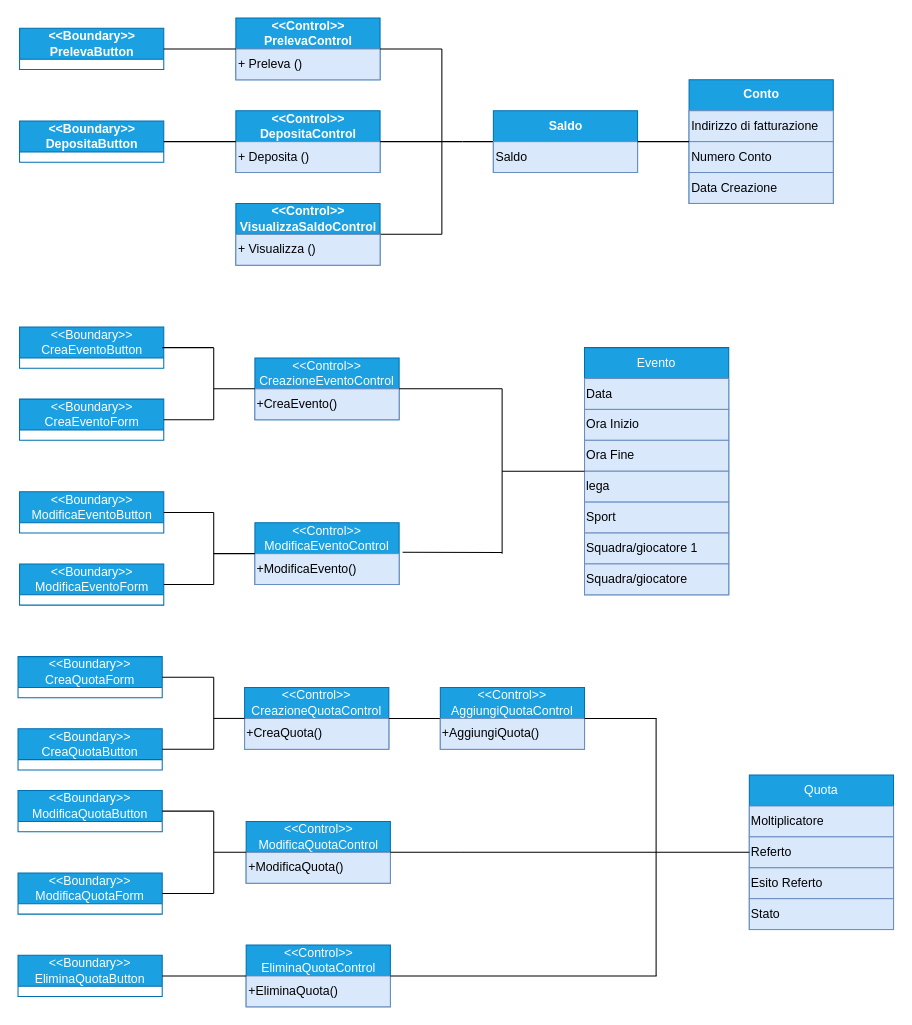
RaffyManzo/ISProject keeps this draw.io diagram as page "saldo" (1 of 8) of DiagrammaSaldo.drawio. Above is the earlier version. Source tidied: cells renumbered, new cells numbered last; positions are measured from the earlier drawing's top-left corner, leaving out a move shared by most shapes. Both pictures are drawn from the tidied source at 103%, with x=0, y=0 at pixel (18, 18).
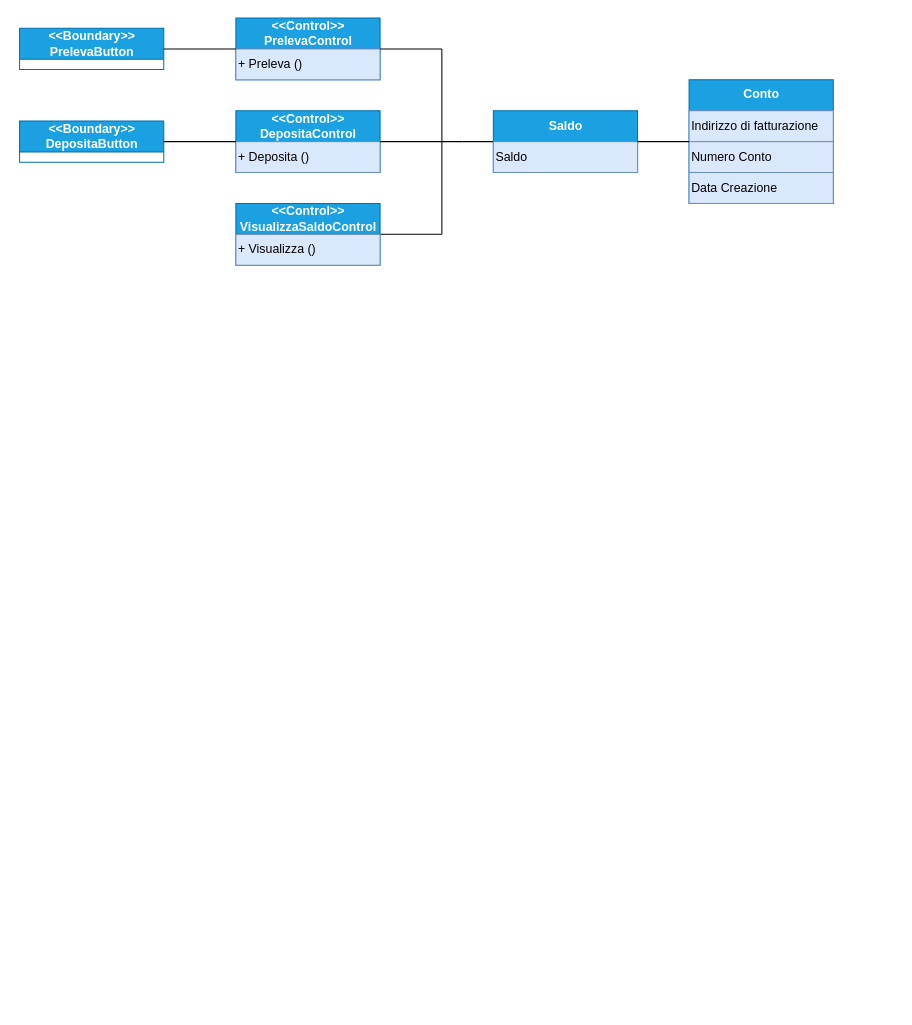
The same page after the edit.

What changed in the source:
```diff
@@
-    <mxCell id="25" value="&amp;lt;&amp;lt;Boundary&amp;gt;&amp;gt;&lt;div style=&quot;font-size: 12px;&quot;&gt;CreaEventoButton&lt;/div&gt;" style="swimlane;fontStyle=0;horizontal=1;startSize=30;whiteSpace=wrap;html=1;fontSize=12;verticalAlign=middle;fillColor=#1ba1e2;strokeColor=#006EAF;fillStyle=auto;fontColor=#ffffff;fontFamily=Century Gothic;" parent="1" vertex="1">
-      <mxGeometry x="1.5" y="300" width="140" height="40" as="geometry" />
-    </mxCell>
-    <mxCell id="26" value="&amp;lt;&amp;lt;Boundary&amp;gt;&amp;gt;&lt;div style=&quot;font-size: 12px;&quot;&gt;ModificaEventoButton&lt;/div&gt;" style="swimlane;fontStyle=0;horizontal=1;startSize=30;whiteSpace=wrap;html=1;fontSize=12;verticalAlign=middle;fillColor=#1ba1e2;strokeColor=#006EAF;fillStyle=auto;fontColor=#ffffff;fontFamily=Century Gothic;" parent="1" vertex="1">
-      <mxGeometry x="1.5" y="460" width="140" height="40" as="geometry" />
-    </mxCell>
-    <mxCell id="27" value="&amp;lt;&amp;lt;Boundary&amp;gt;&amp;gt;&lt;div style=&quot;font-size: 12px;&quot;&gt;CreaQuotaForm&lt;/div&gt;" style="swimlane;fontStyle=0;horizontal=1;startSize=30;whiteSpace=wrap;html=1;fontSize=12;verticalAlign=middle;fillColor=#1ba1e2;strokeColor=#006EAF;fillStyle=auto;fontColor=#ffffff;fontFamily=Century Gothic;" parent="1" vertex="1">
-      <mxGeometry y="620" width="140" height="40" as="geometry" />
-    </mxCell>
-    <mxCell id="28" value="&amp;lt;&amp;lt;Boundary&amp;gt;&amp;gt;&lt;div style=&quot;font-size: 12px;&quot;&gt;CreaEventoForm&lt;/div&gt;" style="swimlane;fontStyle=0;horizontal=1;startSize=30;whiteSpace=wrap;html=1;fontSize=12;verticalAlign=middle;fillColor=#1ba1e2;strokeColor=#006EAF;fillStyle=auto;fontColor=#ffffff;fontFamily=Century Gothic;" parent="1" vertex="1">
-      <mxGeometry x="1.5" y="370" width="140" height="40" as="geometry" />
-    </mxCell>
-    <mxCell id="29" value="&amp;lt;&amp;lt;Boundary&amp;gt;&amp;gt;&lt;div style=&quot;font-size: 12px;&quot;&gt;ModificaEventoForm&lt;/div&gt;" style="swimlane;fontStyle=0;horizontal=1;startSize=30;whiteSpace=wrap;html=1;fontSize=12;verticalAlign=middle;fillColor=#1ba1e2;strokeColor=#006EAF;fillStyle=auto;fontColor=#ffffff;fontFamily=Century Gothic;" parent="1" vertex="1">
-      <mxGeometry x="1.5" y="530" width="140" height="40" as="geometry" />
-    </mxCell>
-    <mxCell id="30" style="endArrow=none;html=1;rounded=0;fontFamily=Century Gothic;fontSize=12;" parent="29" edge="1">
-      <mxGeometry relative="1" as="geometry">
-        <mxPoint x="188.5" y="20" as="sourcePoint" />
-        <mxPoint x="188.5" y="-50" as="targetPoint" />
-        <Array as="points">
-          <mxPoint x="188.5" y="-10" />
-        </Array>
-      </mxGeometry>
-    </mxCell>
-    <mxCell id="31" value="&amp;lt;&amp;lt;Control&amp;gt;&amp;gt;&lt;div style=&quot;font-size: 12px;&quot;&gt;CreazioneEventoControl&lt;/div&gt;" style="swimlane;fontStyle=0;horizontal=1;startSize=30;whiteSpace=wrap;html=1;fontSize=12;verticalAlign=middle;fillColor=#1ba1e2;strokeColor=#006EAF;fontColor=#ffffff;fontFamily=Century Gothic;" parent="1" vertex="1">
-      <mxGeometry x="230" y="330" width="140" height="60" as="geometry" />
-    </mxCell>
-    <mxCell id="32" value="+CreaEvento()" style="text;html=1;align=left;verticalAlign=middle;whiteSpace=wrap;rounded=0;fillColor=#dae8fc;strokeColor=#6c8ebf;fontFamily=Century Gothic;fontSize=12;" parent="31" vertex="1">
-      <mxGeometry y="30" width="140" height="30" as="geometry" />
-    </mxCell>
-    <mxCell id="33" value="&amp;lt;&amp;lt;Control&amp;gt;&amp;gt;&lt;div style=&quot;font-size: 12px;&quot;&gt;ModificaEventoControl&lt;/div&gt;" style="swimlane;fontStyle=0;horizontal=1;startSize=30;whiteSpace=wrap;html=1;fontSize=12;verticalAlign=middle;fillColor=#1ba1e2;strokeColor=#006EAF;fontColor=#ffffff;fontFamily=Century Gothic;" parent="1" vertex="1">
-      <mxGeometry x="230" y="490" width="140" height="60" as="geometry" />
-    </mxCell>
-    <mxCell id="34" value="+ModificaEvento()" style="text;html=1;align=left;verticalAlign=middle;whiteSpace=wrap;rounded=0;fillColor=#dae8fc;strokeColor=#6c8ebf;fontFamily=Century Gothic;fontSize=12;" parent="33" vertex="1">
-      <mxGeometry y="30" width="140" height="30" as="geometry" />
-    </mxCell>
-    <mxCell id="35" style="endArrow=none;html=1;rounded=0;fontFamily=Century Gothic;fontSize=12;" parent="1" edge="1">
-      <mxGeometry relative="1" as="geometry">
-        <mxPoint x="140" y="320" as="sourcePoint" />
-        <mxPoint x="190" y="320" as="targetPoint" />
-      </mxGeometry>
-    </mxCell>
-    <mxCell id="36" style="endArrow=none;html=1;rounded=0;exitX=1;exitY=0.5;exitDx=0;exitDy=0;fontFamily=Century Gothic;fontSize=12;" parent="1" edge="1" source="28">
-      <mxGeometry relative="1" as="geometry">
-        <mxPoint x="190" y="390" as="targetPoint" />
-      </mxGeometry>
-    </mxCell>
-    <mxCell id="37" style="endArrow=none;html=1;rounded=0;fontFamily=Century Gothic;fontSize=12;" parent="1" edge="1">
-      <mxGeometry relative="1" as="geometry">
-        <mxPoint x="190" y="390" as="sourcePoint" />
-        <mxPoint x="190" y="320" as="targetPoint" />
-      </mxGeometry>
-    </mxCell>
-    <mxCell id="38" style="endArrow=none;html=1;rounded=0;entryX=0;entryY=0;entryDx=0;entryDy=0;fontFamily=Century Gothic;fontSize=12;" parent="1" edge="1">
-      <mxGeometry relative="1" as="geometry">
-        <mxPoint x="190" y="360" as="sourcePoint" />
-        <mxPoint x="230" y="360" as="targetPoint" />
-      </mxGeometry>
-    </mxCell>
-    <mxCell id="39" style="endArrow=none;html=1;rounded=0;exitX=1;exitY=0.5;exitDx=0;exitDy=0;fontFamily=Century Gothic;fontSize=12;" parent="1" edge="1" source="26">
-      <mxGeometry relative="1" as="geometry">
-        <mxPoint x="190" y="480" as="targetPoint" />
-      </mxGeometry>
-    </mxCell>
-    <mxCell id="40" style="endArrow=none;html=1;rounded=0;exitX=1;exitY=0.5;exitDx=0;exitDy=0;fontFamily=Century Gothic;fontSize=12;" parent="1" edge="1" source="29">
-      <mxGeometry relative="1" as="geometry">
-        <mxPoint x="190" y="550" as="targetPoint" />
-      </mxGeometry>
-    </mxCell>
-    <mxCell id="41" style="endArrow=none;html=1;rounded=0;entryX=0;entryY=0;entryDx=0;entryDy=0;fontFamily=Century Gothic;fontSize=12;" parent="1" edge="1" target="34">
-      <mxGeometry relative="1" as="geometry">
-        <mxPoint x="190" y="520" as="sourcePoint" />
-      </mxGeometry>
-    </mxCell>
-    <mxCell id="42" style="endArrow=none;html=1;rounded=0;exitX=1.024;exitY=-0.048;exitDx=0;exitDy=0;exitPerimeter=0;fontFamily=Century Gothic;fontSize=12;" parent="1" edge="1" source="34">
-      <mxGeometry relative="1" as="geometry">
-        <mxPoint x="470" y="519" as="targetPoint" />
-      </mxGeometry>
-    </mxCell>
-    <mxCell id="43" style="endArrow=none;html=1;rounded=0;exitX=1;exitY=0;exitDx=0;exitDy=0;fontFamily=Century Gothic;fontSize=12;" parent="1" edge="1" source="32">
-      <mxGeometry relative="1" as="geometry">
-        <mxPoint x="470" y="360" as="targetPoint" />
-      </mxGeometry>
-    </mxCell>
-    <mxCell id="44" value="Evento" style="swimlane;fontStyle=0;horizontal=1;startSize=30;whiteSpace=wrap;html=1;fontSize=12;verticalAlign=middle;fillColor=#1ba1e2;strokeColor=#006EAF;fontColor=#ffffff;fontFamily=Century Gothic;" parent="1" vertex="1">
-      <mxGeometry x="550" y="320" width="140" height="240" as="geometry" />
-    </mxCell>
-    <mxCell id="45" value="Data&amp;nbsp;" style="text;html=1;align=left;verticalAlign=middle;whiteSpace=wrap;rounded=0;fillColor=#dae8fc;strokeColor=#6c8ebf;fontFamily=Century Gothic;fontSize=12;" parent="44" vertex="1">
-      <mxGeometry y="30" width="140" height="30" as="geometry" />
-    </mxCell>
-    <mxCell id="46" value="Ora Inizio" style="text;html=1;align=left;verticalAlign=middle;whiteSpace=wrap;rounded=0;fillColor=#dae8fc;strokeColor=#6c8ebf;fontFamily=Century Gothic;fontSize=12;" parent="44" vertex="1">
-      <mxGeometry y="60" width="140" height="30" as="geometry" />
-    </mxCell>
-    <mxCell id="47" value="Ora Fine" style="text;html=1;align=left;verticalAlign=middle;whiteSpace=wrap;rounded=0;fillColor=#dae8fc;strokeColor=#6c8ebf;fontFamily=Century Gothic;fontSize=12;" parent="44" vertex="1">
-      <mxGeometry y="90" width="140" height="30" as="geometry" />
-    </mxCell>
-    <mxCell id="48" value="lega" style="text;html=1;align=left;verticalAlign=middle;whiteSpace=wrap;rounded=0;fillColor=#dae8fc;strokeColor=#6c8ebf;fontFamily=Century Gothic;fontSize=12;" parent="44" vertex="1">
-      <mxGeometry y="120" width="140" height="30" as="geometry" />
-    </mxCell>
-    <mxCell id="49" value="Sport" style="text;html=1;align=left;verticalAlign=middle;whiteSpace=wrap;rounded=0;fillColor=#dae8fc;strokeColor=#6c8ebf;fontFamily=Century Gothic;fontSize=12;" parent="44" vertex="1">
-      <mxGeometry y="150" width="140" height="30" as="geometry" />
-    </mxCell>
-    <mxCell id="50" value="Squadra/giocatore 1" style="text;html=1;align=left;verticalAlign=middle;whiteSpace=wrap;rounded=0;fillColor=#dae8fc;strokeColor=#6c8ebf;fontFamily=Century Gothic;fontSize=12;" parent="44" vertex="1">
-      <mxGeometry y="180" width="140" height="30" as="geometry" />
-    </mxCell>
-    <mxCell id="51" value="Squadra/giocatore&amp;nbsp;" style="text;html=1;align=left;verticalAlign=middle;whiteSpace=wrap;rounded=0;fillColor=#dae8fc;strokeColor=#6c8ebf;fontFamily=Century Gothic;fontSize=12;" parent="44" vertex="1">
-      <mxGeometry y="210" width="140" height="30" as="geometry" />
-    </mxCell>
-    <mxCell id="52" style="endArrow=none;html=1;rounded=0;fontFamily=Century Gothic;fontSize=12;" parent="1" edge="1">
-      <mxGeometry relative="1" as="geometry">
-        <mxPoint x="470" y="520" as="sourcePoint" />
-        <mxPoint x="470" y="360" as="targetPoint" />
-      </mxGeometry>
-    </mxCell>
-    <mxCell id="53" style="endArrow=none;html=1;rounded=0;entryX=0;entryY=0;entryDx=0;entryDy=0;fontFamily=Century Gothic;fontSize=12;" parent="1" edge="1" target="48">
-      <mxGeometry relative="1" as="geometry">
-        <mxPoint x="470" y="440" as="sourcePoint" />
-      </mxGeometry>
-    </mxCell>
-    <mxCell id="54" value="&amp;lt;&amp;lt;Boundary&amp;gt;&amp;gt;&lt;div style=&quot;font-size: 12px;&quot;&gt;CreaQuotaButton&lt;/div&gt;" style="swimlane;fontStyle=0;horizontal=1;startSize=30;whiteSpace=wrap;html=1;fontSize=12;verticalAlign=middle;fillColor=#1ba1e2;strokeColor=#006EAF;fillStyle=auto;fontColor=#ffffff;fontFamily=Century Gothic;" parent="1" vertex="1">
-      <mxGeometry y="690" width="140" height="40" as="geometry" />
-    </mxCell>
-    <mxCell id="55" value="&amp;lt;&amp;lt;Boundary&amp;gt;&amp;gt;&lt;div style=&quot;font-size: 12px;&quot;&gt;ModificaQuotaButton&lt;/div&gt;" style="swimlane;fontStyle=0;horizontal=1;startSize=30;whiteSpace=wrap;html=1;fontSize=12;verticalAlign=middle;fillColor=#1ba1e2;strokeColor=#006EAF;fillStyle=auto;fontColor=#ffffff;fontFamily=Century Gothic;" parent="1" vertex="1">
-      <mxGeometry y="750" width="140" height="40" as="geometry" />
-    </mxCell>
-    <mxCell id="56" value="&amp;lt;&amp;lt;Boundary&amp;gt;&amp;gt;&lt;div style=&quot;font-size: 12px;&quot;&gt;ModificaQuotaForm&lt;/div&gt;" style="swimlane;fontStyle=0;horizontal=1;startSize=30;whiteSpace=wrap;html=1;fontSize=12;verticalAlign=middle;fillColor=#1ba1e2;strokeColor=#006EAF;fillStyle=auto;fontColor=#ffffff;fontFamily=Century Gothic;" parent="1" vertex="1">
-      <mxGeometry y="830" width="140" height="40" as="geometry" />
-    </mxCell>
-    <mxCell id="57" value="&amp;lt;&amp;lt;Boundary&amp;gt;&amp;gt;&lt;div style=&quot;font-size: 12px;&quot;&gt;EliminaQuotaButton&lt;/div&gt;" style="swimlane;fontStyle=0;horizontal=1;startSize=30;whiteSpace=wrap;html=1;fontSize=12;verticalAlign=middle;fillColor=#1ba1e2;strokeColor=#006EAF;fillStyle=auto;fontColor=#ffffff;fontFamily=Century Gothic;" parent="1" vertex="1">
-      <mxGeometry y="910" width="140" height="40" as="geometry" />
-    </mxCell>
-    <mxCell id="58" value="&amp;lt;&amp;lt;Control&amp;gt;&amp;gt;&lt;div style=&quot;font-size: 12px;&quot;&gt;CreazioneQuotaControl&lt;/div&gt;" style="swimlane;fontStyle=0;horizontal=1;startSize=30;whiteSpace=wrap;html=1;fontSize=12;verticalAlign=middle;fillColor=#1ba1e2;strokeColor=#006EAF;fontColor=#ffffff;fontFamily=Century Gothic;" parent="1" vertex="1">
-      <mxGeometry x="220" y="650" width="140" height="60" as="geometry" />
-    </mxCell>
-    <mxCell id="59" value="+CreaQuota()" style="text;html=1;align=left;verticalAlign=middle;whiteSpace=wrap;rounded=0;fillColor=#dae8fc;strokeColor=#6c8ebf;fontFamily=Century Gothic;fontSize=12;" parent="58" vertex="1">
-      <mxGeometry y="30" width="140" height="30" as="geometry" />
-    </mxCell>
-    <mxCell id="60" value="&amp;lt;&amp;lt;Control&amp;gt;&amp;gt;&lt;div style=&quot;font-size: 12px;&quot;&gt;ModificaQuotaControl&lt;/div&gt;" style="swimlane;fontStyle=0;horizontal=1;startSize=30;whiteSpace=wrap;html=1;fontSize=12;verticalAlign=middle;fillColor=#1ba1e2;strokeColor=#006EAF;fontColor=#ffffff;fontFamily=Century Gothic;" parent="1" vertex="1">
-      <mxGeometry x="221.5" y="780" width="140" height="60" as="geometry" />
-    </mxCell>
-    <mxCell id="61" value="+ModificaQuota()" style="text;html=1;align=left;verticalAlign=middle;whiteSpace=wrap;rounded=0;fillColor=#dae8fc;strokeColor=#6c8ebf;fontFamily=Century Gothic;fontSize=12;" parent="60" vertex="1">
-      <mxGeometry y="30" width="140" height="30" as="geometry" />
-    </mxCell>
-    <mxCell id="62" value="&amp;lt;&amp;lt;Control&amp;gt;&amp;gt;&lt;div style=&quot;font-size: 12px;&quot;&gt;EliminaQuotaControl&lt;/div&gt;" style="swimlane;fontStyle=0;horizontal=1;startSize=30;whiteSpace=wrap;html=1;fontSize=12;verticalAlign=middle;fillColor=#1ba1e2;strokeColor=#006EAF;fontColor=#ffffff;fontFamily=Century Gothic;" parent="1" vertex="1">
-      <mxGeometry x="221.5" y="900" width="140" height="60" as="geometry" />
-    </mxCell>
-    <mxCell id="63" value="+EliminaQuota()" style="text;html=1;align=left;verticalAlign=middle;whiteSpace=wrap;rounded=0;fillColor=#dae8fc;strokeColor=#6c8ebf;fontFamily=Century Gothic;fontSize=12;" parent="62" vertex="1">
-      <mxGeometry y="30" width="140" height="30" as="geometry" />
-    </mxCell>
-    <mxCell id="64" style="endArrow=none;html=1;rounded=0;exitX=1;exitY=0.5;exitDx=0;exitDy=0;entryX=0;entryY=0.5;entryDx=0;entryDy=0;fontFamily=Century Gothic;fontSize=12;" parent="1" edge="1" source="57" target="62">
-      <mxGeometry relative="1" as="geometry" />
-    </mxCell>
-    <mxCell id="65" style="endArrow=none;html=1;rounded=0;exitX=1;exitY=0.5;exitDx=0;exitDy=0;fontFamily=Century Gothic;fontSize=12;" parent="1" edge="1" source="56">
-      <mxGeometry relative="1" as="geometry">
-        <mxPoint x="190" y="850" as="targetPoint" />
-      </mxGeometry>
-    </mxCell>
-    <mxCell id="66" style="endArrow=none;html=1;rounded=0;exitX=1;exitY=0.5;exitDx=0;exitDy=0;fontFamily=Century Gothic;fontSize=12;" parent="1" edge="1" source="55">
-      <mxGeometry relative="1" as="geometry">
-        <mxPoint x="190" y="770" as="targetPoint" />
-      </mxGeometry>
-    </mxCell>
-    <mxCell id="67" style="endArrow=none;html=1;rounded=0;fontFamily=Century Gothic;fontSize=12;" parent="1" edge="1">
-      <mxGeometry relative="1" as="geometry">
-        <mxPoint x="190" y="850" as="sourcePoint" />
-        <mxPoint x="190" y="770" as="targetPoint" />
-      </mxGeometry>
-    </mxCell>
-    <mxCell id="68" style="endArrow=none;html=1;rounded=0;entryX=0;entryY=0.5;entryDx=0;entryDy=0;fontFamily=Century Gothic;fontSize=12;" parent="1" edge="1" target="60">
-      <mxGeometry relative="1" as="geometry">
-        <mxPoint x="190" y="810" as="sourcePoint" />
-      </mxGeometry>
-    </mxCell>
-    <mxCell id="69" style="endArrow=none;html=1;rounded=0;exitX=1;exitY=0.5;exitDx=0;exitDy=0;fontFamily=Century Gothic;fontSize=12;" parent="1" edge="1" source="54">
-      <mxGeometry relative="1" as="geometry">
-        <mxPoint x="190" y="710" as="targetPoint" />
-      </mxGeometry>
-    </mxCell>
-    <mxCell id="70" style="endArrow=none;html=1;rounded=0;exitX=1;exitY=0.5;exitDx=0;exitDy=0;fontFamily=Century Gothic;fontSize=12;" parent="1" edge="1" source="27">
-      <mxGeometry relative="1" as="geometry">
-        <mxPoint x="190" y="640" as="targetPoint" />
-      </mxGeometry>
-    </mxCell>
-    <mxCell id="71" style="endArrow=none;html=1;rounded=0;fontFamily=Century Gothic;fontSize=12;" parent="1" edge="1">
-      <mxGeometry relative="1" as="geometry">
-        <mxPoint x="190" y="640" as="sourcePoint" />
-        <mxPoint x="190" y="710" as="targetPoint" />
-      </mxGeometry>
-    </mxCell>
-    <mxCell id="72" style="endArrow=none;html=1;rounded=0;entryX=0;entryY=0.5;entryDx=0;entryDy=0;fontFamily=Century Gothic;fontSize=12;" parent="1" edge="1" target="58">
-      <mxGeometry relative="1" as="geometry">
-        <mxPoint x="190" y="680" as="sourcePoint" />
-      </mxGeometry>
-    </mxCell>
-    <mxCell id="73" value="Quota" style="swimlane;fontStyle=0;horizontal=1;startSize=30;whiteSpace=wrap;html=1;fontSize=12;verticalAlign=middle;fillColor=#1ba1e2;strokeColor=#006EAF;fontColor=#ffffff;fontFamily=Century Gothic;" parent="1" vertex="1">
-      <mxGeometry x="710" y="735" width="140" height="150" as="geometry" />
-    </mxCell>
-    <mxCell id="74" value="Moltiplicatore" style="text;html=1;align=left;verticalAlign=middle;whiteSpace=wrap;rounded=0;fillColor=#dae8fc;strokeColor=#6c8ebf;fontFamily=Century Gothic;fontSize=12;" parent="73" vertex="1">
-      <mxGeometry y="30" width="140" height="30" as="geometry" />
-    </mxCell>
-    <mxCell id="75" value="Referto" style="text;html=1;align=left;verticalAlign=middle;whiteSpace=wrap;rounded=0;fillColor=#dae8fc;strokeColor=#6c8ebf;fontFamily=Century Gothic;fontSize=12;" parent="73" vertex="1">
-      <mxGeometry y="60" width="140" height="30" as="geometry" />
-    </mxCell>
-    <mxCell id="76" value="Esito Referto" style="text;html=1;align=left;verticalAlign=middle;whiteSpace=wrap;rounded=0;fillColor=#dae8fc;strokeColor=#6c8ebf;fontFamily=Century Gothic;fontSize=12;" parent="73" vertex="1">
-      <mxGeometry y="90" width="140" height="30" as="geometry" />
-    </mxCell>
-    <mxCell id="77" value="Stato" style="text;html=1;align=left;verticalAlign=middle;whiteSpace=wrap;rounded=0;fillColor=#dae8fc;strokeColor=#6c8ebf;fontFamily=Century Gothic;fontSize=12;" parent="73" vertex="1">
-      <mxGeometry y="120" width="140" height="30" as="geometry" />
-    </mxCell>
-    <mxCell id="78" style="endArrow=none;html=1;rounded=0;exitX=1;exitY=0.5;exitDx=0;exitDy=0;fontFamily=Century Gothic;fontSize=12;" parent="1" edge="1" source="58">
-      <mxGeometry relative="1" as="geometry">
-        <mxPoint x="410" y="680" as="targetPoint" />
-      </mxGeometry>
-    </mxCell>
-    <mxCell id="79" style="endArrow=none;html=1;rounded=0;exitX=1;exitY=0.5;exitDx=0;exitDy=0;fontFamily=Century Gothic;fontSize=12;" parent="1" edge="1" source="60">
-      <mxGeometry relative="1" as="geometry">
-        <mxPoint x="430" y="810" as="targetPoint" />
-      </mxGeometry>
-    </mxCell>
-    <mxCell id="80" style="endArrow=none;html=1;rounded=0;exitX=1;exitY=0;exitDx=0;exitDy=0;fontFamily=Century Gothic;fontSize=12;" parent="1" edge="1" source="63">
-      <mxGeometry relative="1" as="geometry">
-        <mxPoint x="620" y="930" as="targetPoint" />
-      </mxGeometry>
-    </mxCell>
-    <mxCell id="81" style="endArrow=none;html=1;rounded=0;fontFamily=Century Gothic;fontSize=12;" parent="1" edge="1">
-      <mxGeometry relative="1" as="geometry">
-        <mxPoint x="619.5" y="680" as="sourcePoint" />
-        <mxPoint x="619.5" y="930" as="targetPoint" />
-      </mxGeometry>
-    </mxCell>
-    <mxCell id="82" style="endArrow=none;html=1;rounded=0;entryX=0;entryY=0.5;entryDx=0;entryDy=0;fontFamily=Century Gothic;fontSize=12;" parent="1" edge="1" target="73">
-      <mxGeometry relative="1" as="geometry">
-        <mxPoint x="430" y="810" as="sourcePoint" />
-      </mxGeometry>
-    </mxCell>
-    <mxCell id="83" value="&amp;lt;&amp;lt;Control&amp;gt;&amp;gt;&lt;div style=&quot;font-size: 12px;&quot;&gt;AggiungiQuotaControl&lt;/div&gt;" style="swimlane;fontStyle=0;horizontal=1;startSize=30;whiteSpace=wrap;html=1;fontSize=12;verticalAlign=middle;fillColor=#1ba1e2;strokeColor=#006EAF;fontColor=#ffffff;fontFamily=Century Gothic;" parent="1" vertex="1">
-      <mxGeometry x="410" y="650" width="140" height="60" as="geometry" />
-    </mxCell>
-    <mxCell id="84" value="+AggiungiQuota()" style="text;html=1;align=left;verticalAlign=middle;whiteSpace=wrap;rounded=0;fillColor=#dae8fc;strokeColor=#6c8ebf;fontFamily=Century Gothic;fontSize=12;" parent="83" vertex="1">
-      <mxGeometry y="30" width="140" height="30" as="geometry" />
-    </mxCell>
-    <mxCell id="85" style="endArrow=none;html=1;rounded=0;exitX=1;exitY=0;exitDx=0;exitDy=0;fontFamily=Century Gothic;fontSize=12;" parent="1" edge="1" source="84">
-      <mxGeometry relative="1" as="geometry">
-        <mxPoint x="620" y="680" as="targetPoint" />
-      </mxGeometry>
-    </mxCell>
```
